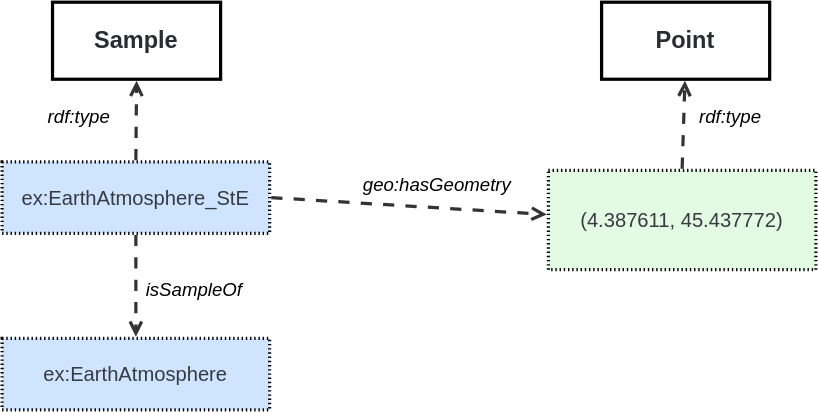
Above: ssn/images/LocatedSample.svg in afeliachi/sdw-sosa-ssn (draw.io), before the change. Source tidied: cells renumbered, new cells last; positions are measured from the earlier drawing's top-left corner, leaving out a move shared by most shapes. Source of this version:
```xml
<mxGraphModel>
  <root>
    <mxCell id="0" />
    <mxCell id="1" parent="0" />
    <mxCell id="2" value="&lt;font face=&quot;Helvetica&quot;&gt;ex:EarthAtmosphere_StE&lt;/font&gt;" style="html=1;overflow=block;blockSpacing=1;whiteSpace=wrap;fontSize=14.4;fontFamily=DejaVu Sans Mono;fontColor=#383a42;align=center;spacing=0;strokeOpacity=100;fillOpacity=100;fillColor=#cfe4ff;dashed=1;fixDash=1;dashPattern=1 2;strokeWidth=2.3;" parent="1" vertex="1">
      <mxGeometry y="114" width="191" height="51" as="geometry" />
    </mxCell>
    <mxCell id="3" value="Sample" style="html=1;overflow=block;blockSpacing=1;whiteSpace=wrap;fontSize=16.8;fontColor=#282c33;fontStyle=1;align=center;spacing=0;strokeOpacity=100;fillOpacity=0;fillColor=#000000;strokeWidth=2.3;" parent="1" vertex="1">
      <mxGeometry x="36" width="120" height="55" as="geometry" />
    </mxCell>
    <mxCell id="4" value="rdf:type" style="html=1;overflow=block;blockSpacing=1;whiteSpace=wrap;fontSize=13.3;fontStyle=2;align=left;spacing=3.8;verticalAlign=top;strokeColor=none;fillOpacity=0;fillColor=#ffffff;dashed=1;fixDash=1;dashPattern=16 6;strokeWidth=0;lucidId=0ZtLoD1I2n68;" parent="1" vertex="1">
      <mxGeometry x="30" y="72" width="70" height="28" as="geometry" />
    </mxCell>
    <mxCell id="5" style="html=1;jettySize=18;whiteSpace=wrap;fontSize=13;strokeColor=#333333;strokeOpacity=100;dashed=1;fixDash=1;dashPattern=8 8;strokeWidth=2.3;rounded=0;startArrow=none;endArrow=open;exitX=0.5;exitY=-0.022;exitPerimeter=0;entryX=0.5;entryY=1.021;entryPerimeter=0;lucidId=0ZtLjH5MFli1;" parent="1" edge="1" source="2" target="3">
      <mxGeometry relative="1" as="geometry" />
    </mxCell>
    <mxCell id="6" value="&lt;font face=&quot;Helvetica&quot;&gt;(4.387611, 45.437772)&lt;/font&gt;" style="points=[[-0.006,0.445,0]];html=1;overflow=block;blockSpacing=1;whiteSpace=wrap;fontSize=14.4;fontFamily=DejaVu Sans Mono;fontColor=#383a42;align=center;spacing=0;strokeOpacity=100;fillOpacity=100;fillColor=#e3fae3;dashed=1;fixDash=1;dashPattern=1 2;strokeWidth=2.3;" parent="1" vertex="1">
      <mxGeometry x="390" y="120" width="191" height="71" as="geometry" />
    </mxCell>
    <mxCell id="7" style="html=1;jettySize=18;whiteSpace=wrap;fontSize=13;strokeColor=#333333;strokeOpacity=100;dashed=1;fixDash=1;dashPattern=8 8;strokeWidth=2.3;rounded=0;startArrow=none;endArrow=open;exitX=1.006;exitY=0.5;exitPerimeter=0;entryX=-0.006;entryY=0.445;entryPerimeter=0;lucidId=0ZtL0HBQd7HC;" parent="1" edge="1" source="2" target="6">
      <mxGeometry relative="1" as="geometry" />
    </mxCell>
    <mxCell id="8" value="geo:hasGeometry" style="html=1;overflow=block;blockSpacing=1;whiteSpace=wrap;fontSize=13.3;fontStyle=2;align=left;spacing=3.8;verticalAlign=top;strokeColor=none;fillOpacity=0;fillColor=#ffffff;dashed=1;fixDash=1;dashPattern=16 6;strokeWidth=0;lucidId=0ZtLjIqilOCG;" parent="1" vertex="1">
      <mxGeometry x="255" y="120" width="101" height="24" as="geometry" />
    </mxCell>
    <mxCell id="9" value="Point" style="html=1;overflow=block;blockSpacing=1;whiteSpace=wrap;fontSize=16.8;fontColor=#282c33;fontStyle=1;align=center;spacing=0;strokeOpacity=100;fillOpacity=0;fillColor=#000000;strokeWidth=2.3;" parent="1" vertex="1">
      <mxGeometry x="428" width="120" height="55" as="geometry" />
    </mxCell>
    <mxCell id="10" style="html=1;jettySize=18;whiteSpace=wrap;fontSize=13;strokeColor=#333333;strokeOpacity=100;dashed=1;fixDash=1;dashPattern=8 8;strokeWidth=2.3;rounded=0;startArrow=none;endArrow=open;exitX=0.5;exitY=-0.016;exitPerimeter=0;entryX=0.496;entryY=1.021;entryPerimeter=0;lucidId=P2tL9udR5Qlz;" parent="1" edge="1" source="6" target="9">
      <mxGeometry relative="1" as="geometry" />
    </mxCell>
    <mxCell id="11" value="rdf:type" style="html=1;overflow=block;blockSpacing=1;whiteSpace=wrap;fontSize=13.3;fontStyle=2;align=left;spacing=3.8;verticalAlign=top;strokeColor=none;fillOpacity=0;fillColor=#ffffff;dashed=1;fixDash=1;dashPattern=16 6;strokeWidth=0;lucidId=P2tLiGQ9.Ah0;" parent="1" vertex="1">
      <mxGeometry x="495" y="72" width="70" height="28" as="geometry" />
    </mxCell>
    <mxCell id="12" value="&lt;font face=&quot;Helvetica&quot;&gt;ex:EarthAtmosphere&lt;/font&gt;" style="html=1;overflow=block;blockSpacing=1;whiteSpace=wrap;fontSize=14.4;fontFamily=DejaVu Sans Mono;fontColor=#383a42;align=center;spacing=0;strokeOpacity=100;fillOpacity=100;fillColor=#cfe4ff;dashed=1;fixDash=1;dashPattern=1 2;strokeWidth=2.3;" parent="1" vertex="1">
      <mxGeometry y="240" width="191" height="51" as="geometry" />
    </mxCell>
    <mxCell id="13" style="html=1;jettySize=18;whiteSpace=wrap;fontSize=13;strokeColor=#333333;strokeOpacity=100;dashed=1;fixDash=1;dashPattern=8 8;strokeWidth=2.3;rounded=0;startArrow=none;endArrow=open;exitX=0.5;exitY=1.022;exitPerimeter=0;entryX=0.5;entryY=-0.022;entryPerimeter=0;lucidId=99tL9u1mtIVW;" parent="1" edge="1" source="2" target="12">
      <mxGeometry relative="1" as="geometry" />
    </mxCell>
    <mxCell id="14" value="isSampleOf" style="html=1;overflow=block;blockSpacing=1;whiteSpace=wrap;fontSize=13.3;fontStyle=2;align=left;spacing=3.8;verticalAlign=top;strokeColor=none;fillOpacity=0;fillColor=#ffffff;dashed=1;fixDash=1;dashPattern=16 6;strokeWidth=0;lucidId=f-tLvsfTtKPR;" parent="1" vertex="1">
      <mxGeometry x="100" y="195" width="101" height="24" as="geometry" />
    </mxCell>
  </root>
</mxGraphModel>
```
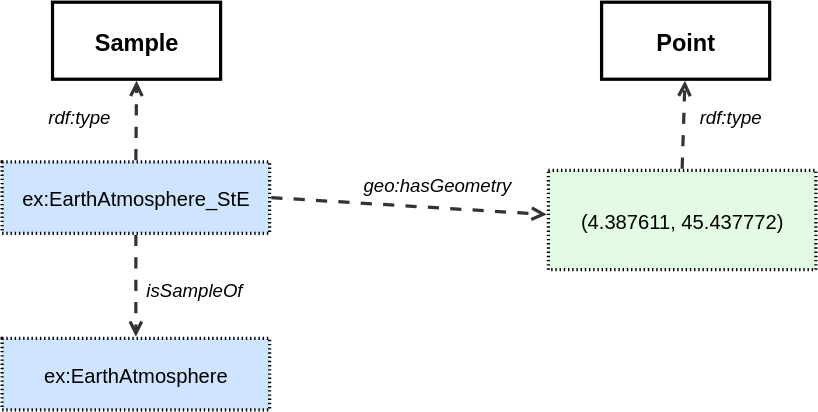
The same diagram one commit later.

The edit, as a diff of the source:
```diff
@@ -2,43 +2,43 @@
   <root>
     <mxCell id="0" />
     <mxCell id="1" parent="0" />
-    <mxCell id="2" value="&lt;font face=&quot;Helvetica&quot;&gt;ex:EarthAtmosphere_StE&lt;/font&gt;" style="html=1;overflow=block;blockSpacing=1;whiteSpace=wrap;fontSize=14.4;fontFamily=DejaVu Sans Mono;fontColor=#383a42;align=center;spacing=0;strokeOpacity=100;fillOpacity=100;fillColor=#cfe4ff;dashed=1;fixDash=1;dashPattern=1 2;strokeWidth=2.3;" parent="1" vertex="1">
+    <mxCell id="2" value="&lt;font&gt;ex:EarthAtmosphere_StE&lt;/font&gt;" style="html=1;overflow=block;blockSpacing=1;whiteSpace=wrap;fontSize=14.4;fontFamily=Helvetica;fontColor=default;align=center;spacing=0;strokeOpacity=100;fillOpacity=100;fillColor=#cfe4ff;dashed=1;fixDash=1;dashPattern=1 2;strokeWidth=2.3;convertToSvg=1;" parent="1" vertex="1">
       <mxGeometry y="114" width="191" height="51" as="geometry" />
     </mxCell>
-    <mxCell id="3" value="Sample" style="html=1;overflow=block;blockSpacing=1;whiteSpace=wrap;fontSize=16.8;fontColor=#282c33;fontStyle=1;align=center;spacing=0;strokeOpacity=100;fillOpacity=0;fillColor=#000000;strokeWidth=2.3;" parent="1" vertex="1">
+    <mxCell id="3" value="Sample" style="html=1;overflow=block;blockSpacing=1;whiteSpace=wrap;fontSize=16.8;fontColor=default;fontStyle=1;align=center;spacing=0;strokeOpacity=100;fillOpacity=0;fillColor=#000000;strokeWidth=2.3;convertToSvg=1;fontFamily=Helvetica;" parent="1" vertex="1">
       <mxGeometry x="36" width="120" height="55" as="geometry" />
     </mxCell>
-    <mxCell id="4" value="rdf:type" style="html=1;overflow=block;blockSpacing=1;whiteSpace=wrap;fontSize=13.3;fontStyle=2;align=left;spacing=3.8;verticalAlign=top;strokeColor=none;fillOpacity=0;fillColor=#ffffff;dashed=1;fixDash=1;dashPattern=16 6;strokeWidth=0;lucidId=0ZtLoD1I2n68;" parent="1" vertex="1">
+    <mxCell id="4" value="rdf:type" style="html=1;overflow=block;blockSpacing=1;whiteSpace=wrap;fontSize=13.3;fontStyle=2;align=left;spacing=3.8;verticalAlign=top;strokeColor=none;fillOpacity=0;fillColor=#ffffff;dashed=1;fixDash=1;dashPattern=16 6;strokeWidth=0;lucidId=0ZtLoD1I2n68;fontColor=default;convertToSvg=1;fontFamily=Helvetica;" parent="1" vertex="1">
       <mxGeometry x="30" y="72" width="70" height="28" as="geometry" />
     </mxCell>
-    <mxCell id="5" style="html=1;jettySize=18;whiteSpace=wrap;fontSize=13;strokeColor=#333333;strokeOpacity=100;dashed=1;fixDash=1;dashPattern=8 8;strokeWidth=2.3;rounded=0;startArrow=none;endArrow=open;exitX=0.5;exitY=-0.022;exitPerimeter=0;entryX=0.5;entryY=1.021;entryPerimeter=0;lucidId=0ZtLjH5MFli1;" parent="1" edge="1" source="2" target="3">
+    <mxCell id="5" style="html=1;jettySize=18;whiteSpace=wrap;fontSize=13;strokeColor=#333333;strokeOpacity=100;dashed=1;fixDash=1;dashPattern=8 8;strokeWidth=2.3;rounded=0;startArrow=none;endArrow=open;exitX=0.5;exitY=-0.022;exitPerimeter=0;entryX=0.5;entryY=1.021;entryPerimeter=0;lucidId=0ZtLjH5MFli1;fontColor=default;convertToSvg=1;fontFamily=Helvetica;" parent="1" edge="1" source="2" target="3">
       <mxGeometry relative="1" as="geometry" />
     </mxCell>
-    <mxCell id="6" value="&lt;font face=&quot;Helvetica&quot;&gt;(4.387611, 45.437772)&lt;/font&gt;" style="points=[[-0.006,0.445,0]];html=1;overflow=block;blockSpacing=1;whiteSpace=wrap;fontSize=14.4;fontFamily=DejaVu Sans Mono;fontColor=#383a42;align=center;spacing=0;strokeOpacity=100;fillOpacity=100;fillColor=#e3fae3;dashed=1;fixDash=1;dashPattern=1 2;strokeWidth=2.3;" parent="1" vertex="1">
+    <mxCell id="6" value="&lt;font&gt;(4.387611, 45.437772)&lt;/font&gt;" style="points=[[-0.006,0.445,0]];html=1;overflow=block;blockSpacing=1;whiteSpace=wrap;fontSize=14.4;fontFamily=Helvetica;fontColor=default;align=center;spacing=0;strokeOpacity=100;fillOpacity=100;fillColor=#e3fae3;dashed=1;fixDash=1;dashPattern=1 2;strokeWidth=2.3;convertToSvg=1;" parent="1" vertex="1">
       <mxGeometry x="390" y="120" width="191" height="71" as="geometry" />
     </mxCell>
-    <mxCell id="7" style="html=1;jettySize=18;whiteSpace=wrap;fontSize=13;strokeColor=#333333;strokeOpacity=100;dashed=1;fixDash=1;dashPattern=8 8;strokeWidth=2.3;rounded=0;startArrow=none;endArrow=open;exitX=1.006;exitY=0.5;exitPerimeter=0;entryX=-0.006;entryY=0.445;entryPerimeter=0;lucidId=0ZtL0HBQd7HC;" parent="1" edge="1" source="2" target="6">
+    <mxCell id="7" style="html=1;jettySize=18;whiteSpace=wrap;fontSize=13;strokeColor=#333333;strokeOpacity=100;dashed=1;fixDash=1;dashPattern=8 8;strokeWidth=2.3;rounded=0;startArrow=none;endArrow=open;exitX=1.006;exitY=0.5;exitPerimeter=0;entryX=-0.006;entryY=0.445;entryPerimeter=0;lucidId=0ZtL0HBQd7HC;fontColor=default;convertToSvg=1;fontFamily=Helvetica;" parent="1" edge="1" source="2" target="6">
       <mxGeometry relative="1" as="geometry" />
     </mxCell>
-    <mxCell id="8" value="geo:hasGeometry" style="html=1;overflow=block;blockSpacing=1;whiteSpace=wrap;fontSize=13.3;fontStyle=2;align=left;spacing=3.8;verticalAlign=top;strokeColor=none;fillOpacity=0;fillColor=#ffffff;dashed=1;fixDash=1;dashPattern=16 6;strokeWidth=0;lucidId=0ZtLjIqilOCG;" parent="1" vertex="1">
+    <mxCell id="8" value="geo:hasGeometry" style="html=1;overflow=block;blockSpacing=1;whiteSpace=wrap;fontSize=13.3;fontStyle=2;align=left;spacing=3.8;verticalAlign=top;strokeColor=none;fillOpacity=0;fillColor=#ffffff;dashed=1;fixDash=1;dashPattern=16 6;strokeWidth=0;lucidId=0ZtLjIqilOCG;fontColor=default;convertToSvg=1;fontFamily=Helvetica;" parent="1" vertex="1">
       <mxGeometry x="255" y="120" width="101" height="24" as="geometry" />
     </mxCell>
-    <mxCell id="9" value="Point" style="html=1;overflow=block;blockSpacing=1;whiteSpace=wrap;fontSize=16.8;fontColor=#282c33;fontStyle=1;align=center;spacing=0;strokeOpacity=100;fillOpacity=0;fillColor=#000000;strokeWidth=2.3;" parent="1" vertex="1">
+    <mxCell id="9" value="Point" style="html=1;overflow=block;blockSpacing=1;whiteSpace=wrap;fontSize=16.8;fontColor=default;fontStyle=1;align=center;spacing=0;strokeOpacity=100;fillOpacity=0;fillColor=#000000;strokeWidth=2.3;convertToSvg=1;fontFamily=Helvetica;" parent="1" vertex="1">
       <mxGeometry x="428" width="120" height="55" as="geometry" />
     </mxCell>
-    <mxCell id="10" style="html=1;jettySize=18;whiteSpace=wrap;fontSize=13;strokeColor=#333333;strokeOpacity=100;dashed=1;fixDash=1;dashPattern=8 8;strokeWidth=2.3;rounded=0;startArrow=none;endArrow=open;exitX=0.5;exitY=-0.016;exitPerimeter=0;entryX=0.496;entryY=1.021;entryPerimeter=0;lucidId=P2tL9udR5Qlz;" parent="1" edge="1" source="6" target="9">
+    <mxCell id="10" style="html=1;jettySize=18;whiteSpace=wrap;fontSize=13;strokeColor=#333333;strokeOpacity=100;dashed=1;fixDash=1;dashPattern=8 8;strokeWidth=2.3;rounded=0;startArrow=none;endArrow=open;exitX=0.5;exitY=-0.016;exitPerimeter=0;entryX=0.496;entryY=1.021;entryPerimeter=0;lucidId=P2tL9udR5Qlz;fontColor=default;convertToSvg=1;fontFamily=Helvetica;" parent="1" edge="1" source="6" target="9">
       <mxGeometry relative="1" as="geometry" />
     </mxCell>
-    <mxCell id="11" value="rdf:type" style="html=1;overflow=block;blockSpacing=1;whiteSpace=wrap;fontSize=13.3;fontStyle=2;align=left;spacing=3.8;verticalAlign=top;strokeColor=none;fillOpacity=0;fillColor=#ffffff;dashed=1;fixDash=1;dashPattern=16 6;strokeWidth=0;lucidId=P2tLiGQ9.Ah0;" parent="1" vertex="1">
+    <mxCell id="11" value="rdf:type" style="html=1;overflow=block;blockSpacing=1;whiteSpace=wrap;fontSize=13.3;fontStyle=2;align=left;spacing=3.8;verticalAlign=top;strokeColor=none;fillOpacity=0;fillColor=#ffffff;dashed=1;fixDash=1;dashPattern=16 6;strokeWidth=0;lucidId=P2tLiGQ9.Ah0;fontColor=default;convertToSvg=1;fontFamily=Helvetica;" parent="1" vertex="1">
       <mxGeometry x="495" y="72" width="70" height="28" as="geometry" />
     </mxCell>
-    <mxCell id="12" value="&lt;font face=&quot;Helvetica&quot;&gt;ex:EarthAtmosphere&lt;/font&gt;" style="html=1;overflow=block;blockSpacing=1;whiteSpace=wrap;fontSize=14.4;fontFamily=DejaVu Sans Mono;fontColor=#383a42;align=center;spacing=0;strokeOpacity=100;fillOpacity=100;fillColor=#cfe4ff;dashed=1;fixDash=1;dashPattern=1 2;strokeWidth=2.3;" parent="1" vertex="1">
+    <mxCell id="12" value="&lt;font&gt;ex:EarthAtmosphere&lt;/font&gt;" style="html=1;overflow=block;blockSpacing=1;whiteSpace=wrap;fontSize=14.4;fontFamily=Helvetica;fontColor=default;align=center;spacing=0;strokeOpacity=100;fillOpacity=100;fillColor=#cfe4ff;dashed=1;fixDash=1;dashPattern=1 2;strokeWidth=2.3;convertToSvg=1;" parent="1" vertex="1">
       <mxGeometry y="240" width="191" height="51" as="geometry" />
     </mxCell>
-    <mxCell id="13" style="html=1;jettySize=18;whiteSpace=wrap;fontSize=13;strokeColor=#333333;strokeOpacity=100;dashed=1;fixDash=1;dashPattern=8 8;strokeWidth=2.3;rounded=0;startArrow=none;endArrow=open;exitX=0.5;exitY=1.022;exitPerimeter=0;entryX=0.5;entryY=-0.022;entryPerimeter=0;lucidId=99tL9u1mtIVW;" parent="1" edge="1" source="2" target="12">
+    <mxCell id="13" style="html=1;jettySize=18;whiteSpace=wrap;fontSize=13;strokeColor=#333333;strokeOpacity=100;dashed=1;fixDash=1;dashPattern=8 8;strokeWidth=2.3;rounded=0;startArrow=none;endArrow=open;exitX=0.5;exitY=1.022;exitPerimeter=0;entryX=0.5;entryY=-0.022;entryPerimeter=0;lucidId=99tL9u1mtIVW;fontColor=default;convertToSvg=1;fontFamily=Helvetica;" parent="1" edge="1" source="2" target="12">
       <mxGeometry relative="1" as="geometry" />
     </mxCell>
-    <mxCell id="14" value="isSampleOf" style="html=1;overflow=block;blockSpacing=1;whiteSpace=wrap;fontSize=13.3;fontStyle=2;align=left;spacing=3.8;verticalAlign=top;strokeColor=none;fillOpacity=0;fillColor=#ffffff;dashed=1;fixDash=1;dashPattern=16 6;strokeWidth=0;lucidId=f-tLvsfTtKPR;" parent="1" vertex="1">
+    <mxCell id="14" value="isSampleOf" style="html=1;overflow=block;blockSpacing=1;whiteSpace=wrap;fontSize=13.3;fontStyle=2;align=left;spacing=3.8;verticalAlign=top;strokeColor=none;fillOpacity=0;fillColor=#ffffff;dashed=1;fixDash=1;dashPattern=16 6;strokeWidth=0;lucidId=f-tLvsfTtKPR;fontColor=default;convertToSvg=1;fontFamily=Helvetica;" parent="1" vertex="1">
       <mxGeometry x="100" y="195" width="101" height="24" as="geometry" />
     </mxCell>
   </root>
```
